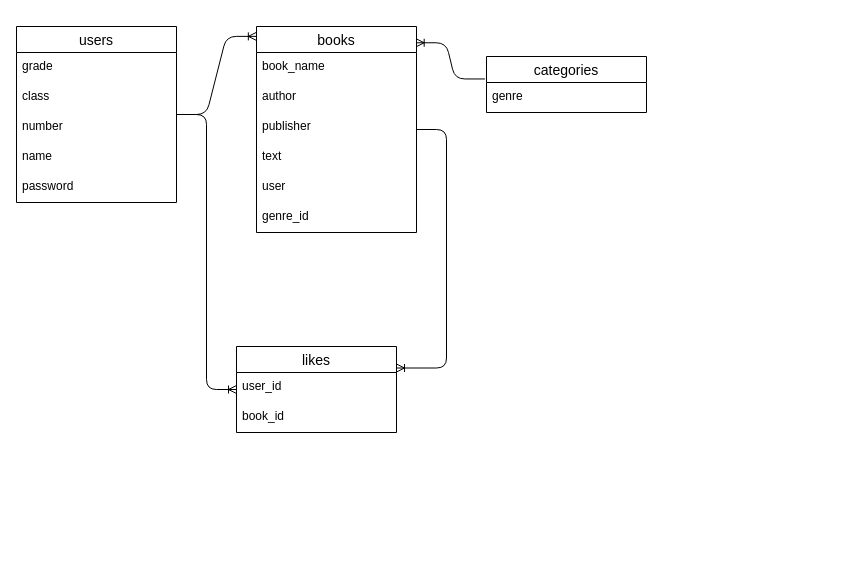
This is ER.dio from kyamax/library_go, a draw.io file, before an edit. Source tidied: cells renumbered, new cells numbered last; positions are measured from the earlier drawing's top-left corner, leaving out a move shared by most shapes. Both pictures are drawn from the tidied source at 100%, with x=0, y=0 at pixel (16, 26).
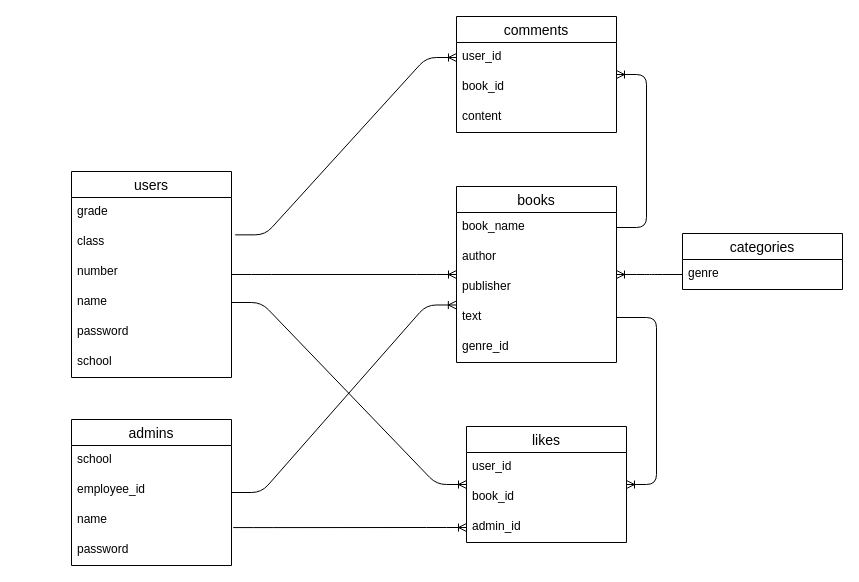
The same diagram, later.

Commit message (it also covers changes not shown here):
ER図、画面遷移図

Unchanged cells that the change refers to:
```xml
<mxCell id="4" value="class" style="text;strokeColor=none;fillColor=none;spacingLeft=4;spacingRight=4;overflow=hidden;points=[[0,0.5],[1,0.5]];portConstraint=eastwest;fontSize=12;" parent="2" vertex="1">
  <mxGeometry y="56" width="160" height="30" as="geometry" />
</mxCell>
<mxCell id="6" value="name" style="text;strokeColor=none;fillColor=none;spacingLeft=4;spacingRight=4;overflow=hidden;points=[[0,0.5],[1,0.5]];portConstraint=eastwest;fontSize=12;" parent="2" vertex="1">
  <mxGeometry y="116" width="160" height="30" as="geometry" />
</mxCell>
<mxCell id="9" value="book_name" style="text;strokeColor=none;fillColor=none;spacingLeft=4;spacingRight=4;overflow=hidden;points=[[0,0.5],[1,0.5]];portConstraint=eastwest;fontSize=12;" parent="8" vertex="1">
  <mxGeometry y="26" width="160" height="30" as="geometry" />
</mxCell>
<mxCell id="12" value="text" style="text;strokeColor=none;fillColor=none;spacingLeft=4;spacingRight=4;overflow=hidden;points=[[0,0.5],[1,0.5]];portConstraint=eastwest;fontSize=12;" parent="8" vertex="1">
  <mxGeometry y="116" width="160" height="30" as="geometry" />
</mxCell>
<mxCell id="19" value="genre" style="text;strokeColor=none;fillColor=none;spacingLeft=4;spacingRight=4;overflow=hidden;points=[[0,0.5],[1,0.5]];portConstraint=eastwest;fontSize=12;" parent="18" vertex="1">
  <mxGeometry y="26" width="160" height="30" as="geometry" />
</mxCell>
```

Diff of the diagram source:
```diff
@@
     <mxCell id="2" value="users" style="swimlane;fontStyle=0;horizontal=1;startSize=26;align=center;fontSize=14;" parent="1" vertex="1">
-      <mxGeometry width="160" height="176" as="geometry" />
+      <mxGeometry x="55" y="145" width="160" height="206" as="geometry" />
     </mxCell>
@@
+    <mxCell id="24" value="school" style="text;strokeColor=none;fillColor=none;spacingLeft=4;spacingRight=4;overflow=hidden;fontSize=12;" parent="2" vertex="1">
+      <mxGeometry y="176" width="160" height="30" as="geometry" />
+    </mxCell>
     <mxCell id="8" value="books" style="swimlane;fontStyle=0;horizontal=1;startSize=26;align=center;fontSize=14;" parent="1" vertex="1">
-      <mxGeometry x="240" width="160" height="206" as="geometry" />
+      <mxGeometry x="440" y="160" width="160" height="176" as="geometry" />
     </mxCell>
@@
-    <mxCell id="13" value="user" style="text;strokeColor=none;fillColor=none;spacingLeft=4;spacingRight=4;overflow=hidden;fontSize=12;" parent="8" vertex="1">
-      <mxGeometry y="146" width="160" height="30" as="geometry" />
-    </mxCell>
     <mxCell id="14" value="genre_id" style="text;strokeColor=none;fillColor=none;spacingLeft=4;spacingRight=4;overflow=hidden;fontSize=12;" parent="8" vertex="1">
-      <mxGeometry y="176" width="160" height="30" as="geometry" />
+      <mxGeometry y="146" width="160" height="30" as="geometry" />
     </mxCell>
     <mxCell id="15" value="likes" style="swimlane;fontStyle=0;horizontal=1;startSize=26;align=center;fontSize=14;" parent="1" vertex="1">
-      <mxGeometry x="220" y="320" width="160" height="86" as="geometry" />
+      <mxGeometry x="450" y="400" width="160" height="116" as="geometry" />
     </mxCell>
@@
+    <mxCell id="25" value="admin_id" style="text;strokeColor=none;fillColor=none;spacingLeft=4;spacingRight=4;overflow=hidden;points=[[0,0.5],[1,0.5]];portConstraint=eastwest;fontSize=12;" parent="15" vertex="1">
+      <mxGeometry y="86" width="160" height="30" as="geometry" />
+    </mxCell>
     <mxCell id="18" value="categories" style="swimlane;fontStyle=0;horizontal=1;startSize=26;align=center;fontSize=14;" parent="1" vertex="1">
-      <mxGeometry x="470" y="30" width="160" height="56" as="geometry" />
+      <mxGeometry x="666" y="207" width="160" height="56" as="geometry" />
     </mxCell>
@@
-    <mxCell id="20" style="edgeStyle=entityRelationEdgeStyle;fontSize=12;html=1;endArrow=ERoneToMany;entryX=-0.001;entryY=0.048;entryDx=0;entryDy=0;entryPerimeter=0;" parent="1" edge="1" source="2" target="8">
+    <mxCell id="20" style="edgeStyle=entityRelationEdgeStyle;fontSize=12;html=1;endArrow=ERoneToMany;" parent="1" edge="1" source="2" target="8">
       <mxGeometry relative="1" as="geometry" />
     </mxCell>
-    <mxCell id="21" style="edgeStyle=entityRelationEdgeStyle;fontSize=12;html=1;endArrow=ERoneToMany;" parent="1" edge="1" source="2" target="15">
+    <mxCell id="21" style="edgeStyle=entityRelationEdgeStyle;fontSize=12;html=1;endArrow=ERoneToMany;exitX=1;exitY=0.5;exitDx=0;exitDy=0;" parent="1" edge="1" source="6" target="15">
       <mxGeometry relative="1" as="geometry" />
     </mxCell>
-    <mxCell id="22" style="edgeStyle=entityRelationEdgeStyle;fontSize=12;html=1;endArrow=ERoneToMany;entryX=1;entryY=0.25;entryDx=0;entryDy=0;" parent="1" edge="1" source="8" target="15">
+    <mxCell id="22" style="edgeStyle=entityRelationEdgeStyle;fontSize=12;html=1;endArrow=ERoneToMany;" parent="1" edge="1" source="12" target="15">
       <mxGeometry relative="1" as="geometry" />
     </mxCell>
-    <mxCell id="23" style="edgeStyle=entityRelationEdgeStyle;fontSize=12;html=1;endArrow=ERoneToMany;entryX=0.998;entryY=0.079;entryDx=0;entryDy=0;entryPerimeter=0;exitX=-0.01;exitY=0.401;exitDx=0;exitDy=0;exitPerimeter=0;" parent="1" edge="1" source="18" target="8">
+    <mxCell id="23" style="edgeStyle=entityRelationEdgeStyle;fontSize=12;html=1;endArrow=ERoneToMany;" parent="1" edge="1" source="19" target="8">
       <mxGeometry relative="1" as="geometry" />
     </mxCell>
+    <mxCell id="26" value="admins" style="swimlane;fontStyle=0;horizontal=1;startSize=26;align=center;fontSize=14;" parent="1" vertex="1">
+      <mxGeometry x="55" y="393" width="160" height="146" as="geometry" />
+    </mxCell>
+    <mxCell id="27" value="school" style="text;strokeColor=none;fillColor=none;spacingLeft=4;spacingRight=4;overflow=hidden;fontSize=12;" parent="26" vertex="1">
+      <mxGeometry y="26" width="160" height="30" as="geometry" />
+    </mxCell>
+    <mxCell id="28" value="employee_id" style="text;strokeColor=none;fillColor=none;spacingLeft=4;spacingRight=4;overflow=hidden;fontSize=12;" parent="26" vertex="1">
+      <mxGeometry y="56" width="160" height="30" as="geometry" />
+    </mxCell>
+    <mxCell id="29" value="name" style="text;strokeColor=none;fillColor=none;spacingLeft=4;spacingRight=4;overflow=hidden;points=[[0,0.5],[1,0.5]];portConstraint=eastwest;fontSize=12;" parent="26" vertex="1">
+      <mxGeometry y="86" width="160" height="30" as="geometry" />
+    </mxCell>
+    <mxCell id="30" value="password" style="text;strokeColor=none;fillColor=none;spacingLeft=4;spacingRight=4;overflow=hidden;fontSize=12;" parent="26" vertex="1">
+      <mxGeometry y="116" width="160" height="30" as="geometry" />
+    </mxCell>
+    <mxCell id="31" style="edgeStyle=entityRelationEdgeStyle;fontSize=12;html=1;endArrow=ERoneToMany;entryX=-0.001;entryY=0.083;entryDx=0;entryDy=0;entryPerimeter=0;" parent="1" edge="1" source="26" target="12">
+      <mxGeometry relative="1" as="geometry" />
+    </mxCell>
+    <mxCell id="32" style="edgeStyle=entityRelationEdgeStyle;fontSize=12;html=1;endArrow=ERoneToMany;exitX=1.011;exitY=0.736;exitDx=0;exitDy=0;exitPerimeter=0;" parent="1" edge="1" source="29" target="25">
+      <mxGeometry relative="1" as="geometry" />
+    </mxCell>
+    <mxCell id="33" value="comments" style="swimlane;fontStyle=0;horizontal=1;startSize=26;align=center;fontSize=14;" parent="1" vertex="1">
+      <mxGeometry x="440" y="-10" width="160" height="116" as="geometry" />
+    </mxCell>
+    <mxCell id="34" value="user_id" style="text;strokeColor=none;fillColor=none;spacingLeft=4;spacingRight=4;overflow=hidden;points=[[0,0.5],[1,0.5]];portConstraint=eastwest;fontSize=12;" parent="33" vertex="1">
+      <mxGeometry y="26" width="160" height="30" as="geometry" />
+    </mxCell>
+    <mxCell id="35" value="book_id" style="text;strokeColor=none;fillColor=none;spacingLeft=4;spacingRight=4;overflow=hidden;fontSize=12;" parent="33" vertex="1">
+      <mxGeometry y="56" width="160" height="30" as="geometry" />
+    </mxCell>
+    <mxCell id="36" value="content" style="text;strokeColor=none;fillColor=none;spacingLeft=4;spacingRight=4;overflow=hidden;fontSize=12;" parent="33" vertex="1">
+      <mxGeometry y="86" width="160" height="30" as="geometry" />
+    </mxCell>
+    <mxCell id="37" style="edgeStyle=entityRelationEdgeStyle;fontSize=12;html=1;endArrow=ERoneToMany;exitX=1.023;exitY=0.245;exitDx=0;exitDy=0;exitPerimeter=0;entryX=0;entryY=0.5;entryDx=0;entryDy=0;" parent="1" edge="1" source="4" target="34">
+      <mxGeometry relative="1" as="geometry" />
+    </mxCell>
+    <mxCell id="38" style="edgeStyle=entityRelationEdgeStyle;fontSize=12;html=1;endArrow=ERoneToMany;exitX=1;exitY=0.5;exitDx=0;exitDy=0;" parent="1" edge="1" source="9" target="33">
+      <mxGeometry relative="1" as="geometry" />
+    </mxCell>
```
